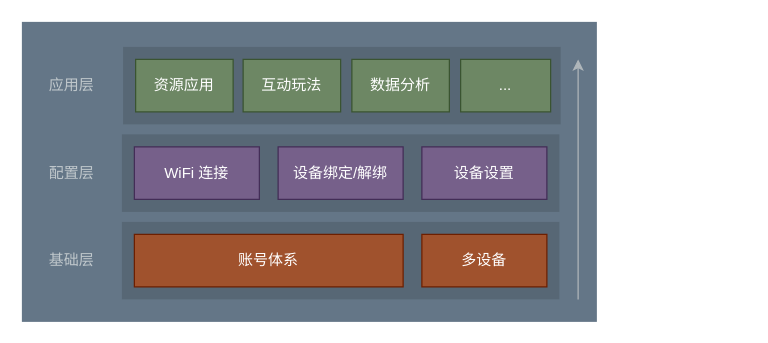
yangbe/diagrams keeps this draw.io diagram as page "第 2 页" (2 of 2) of jiajia.drawio. Above is the earlier version. Source tidied: cells renumbered, new cells numbered last; positions are measured from the earlier drawing's top-left corner, leaving out a move shared by most shapes. Both pictures are drawn from the tidied source at 125%, with x=0, y=0 at pixel (21, 21).
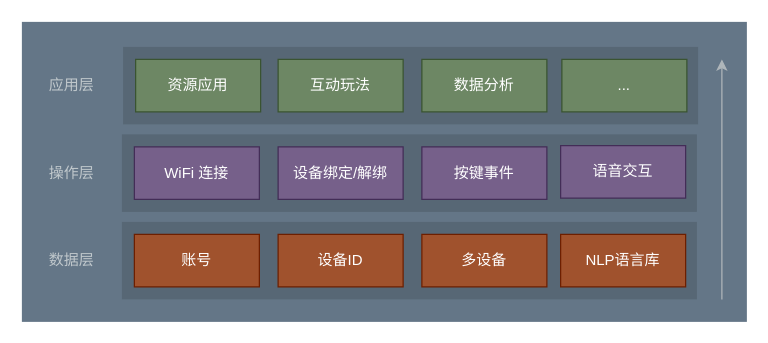
The same page after the edit.

The change refers to these unchanged cells:
```xml
<mxCell id="19" style="group;" parent="2" vertex="1">
  <mxGeometry x="80" y="160" width="350" height="62" as="geometry" />
</mxCell>
```

What changed in the source:
```diff
@@
     <mxCell id="2" style="group;" parent="1" vertex="1">
-      <mxGeometry width="460" height="240" as="geometry" />
+      <mxGeometry width="580" height="240" as="geometry" />
     </mxCell>
     <mxCell id="3" style="rounded=0;whiteSpace=wrap;html=1;sketch=0;align=center;fontColor=#ffffff;strokeColor=none;fillColor=#647687;" parent="2" vertex="1">
-      <mxGeometry width="460" height="240" as="geometry" />
+      <mxGeometry width="580" height="240" as="geometry" />
     </mxCell>
     <mxCell id="4" style="group;" parent="2" vertex="1">
-      <mxGeometry x="80" y="90" width="350" height="62" as="geometry" />
+      <mxGeometry x="80" y="90" width="460" height="62" as="geometry" />
     </mxCell>
     <mxCell id="5" style="rounded=0;whiteSpace=wrap;html=1;sketch=0;align=center;fillColor=#576775;strokeColor=none;" parent="4" vertex="1">
-      <mxGeometry width="350" height="62" as="geometry" />
+      <mxGeometry width="460" height="62" as="geometry" />
     </mxCell>
@@
-    <mxCell id="8" value="设备设置" style="rounded=0;whiteSpace=wrap;html=1;sketch=0;align=center;fillColor=#76608a;fontColor=#ffffff;strokeColor=#432D57;" parent="4" vertex="1">
+    <mxCell id="8" value="按键事件" style="rounded=0;whiteSpace=wrap;html=1;sketch=0;align=center;fillColor=#76608a;fontColor=#ffffff;strokeColor=#432D57;" parent="4" vertex="1">
       <mxGeometry x="240" y="10" width="100" height="42" as="geometry" />
     </mxCell>
     <mxCell id="9" style="group;" parent="2" vertex="1">
-      <mxGeometry x="81" y="20" width="350" height="62" as="geometry" />
+      <mxGeometry x="81" y="20" width="460" height="62" as="geometry" />
     </mxCell>
     <mxCell id="10" style="rounded=0;whiteSpace=wrap;html=1;sketch=0;align=center;fillColor=#576775;strokeColor=none;" parent="9" vertex="1">
-      <mxGeometry width="350" height="62" as="geometry" />
+      <mxGeometry width="460" height="62" as="geometry" />
     </mxCell>
     <mxCell id="11" value="资源应用" style="rounded=0;whiteSpace=wrap;html=1;sketch=0;align=center;fillColor=#6d8764;fontColor=#ffffff;strokeColor=#3A5431;" parent="9" vertex="1">
-      <mxGeometry x="10" y="10" width="78" height="42" as="geometry" />
+      <mxGeometry x="10" y="10" width="100" height="42" as="geometry" />
     </mxCell>
     <mxCell id="12" value="互动玩法" style="rounded=0;whiteSpace=wrap;html=1;sketch=0;align=center;fillColor=#6d8764;fontColor=#ffffff;strokeColor=#3A5431;" parent="9" vertex="1">
-      <mxGeometry x="96" y="10" width="78" height="42" as="geometry" />
+      <mxGeometry x="124" y="10" width="100" height="42" as="geometry" />
     </mxCell>
     <mxCell id="13" value="数据分析" style="rounded=0;whiteSpace=wrap;html=1;sketch=0;align=center;fillColor=#6d8764;fontColor=#ffffff;strokeColor=#3A5431;" parent="9" vertex="1">
-      <mxGeometry x="183" y="10" width="78" height="42" as="geometry" />
+      <mxGeometry x="239" y="10" width="100" height="42" as="geometry" />
     </mxCell>
-    <mxCell id="14" value="..." style="rounded=0;whiteSpace=wrap;html=1;sketch=0;align=center;fillColor=#6d8764;fontColor=#ffffff;strokeColor=#3A5431;" parent="9" vertex="1">
-      <mxGeometry x="270" y="10" width="72" height="42" as="geometry" />
-    </mxCell>
     <mxCell id="15" style="endArrow=classic;html=1;rounded=0;edgeStyle=orthogonalEdgeStyle;fillColor=#fff2cc;entryX=0.5;entryY=1;entryDx=0;entryDy=0;strokeColor=#AFB6BA;" parent="2" edge="1">
       <mxGeometry relative="1" as="geometry">
-        <mxPoint x="445" y="222" as="sourcePoint" />
-        <mxPoint x="445" y="30" as="targetPoint" />
+        <mxPoint x="560" y="222" as="sourcePoint" />
+        <mxPoint x="560" y="30" as="targetPoint" />
       </mxGeometry>
     </mxCell>
-    <mxCell id="16" value="基础层" style="text;html=1;strokeColor=none;fillColor=none;align=center;verticalAlign=middle;whiteSpace=wrap;rounded=0;sketch=0;fontColor=#C0C8CC;" parent="2" vertex="1">
-      <mxGeometry x="20" y="181" width="40" height="20" as="geometry" />
+    <mxCell id="16" value="数据层" style="text;html=1;strokeColor=none;fillColor=none;align=center;verticalAlign=middle;whiteSpace=wrap;rounded=0;sketch=0;fontColor=#C0C8CC;" parent="2" vertex="1">
+      <mxGeometry x="15" y="181" width="50" height="20" as="geometry" />
     </mxCell>
-    <mxCell id="17" value="配置层" style="text;html=1;strokeColor=none;fillColor=none;align=center;verticalAlign=middle;whiteSpace=wrap;rounded=0;sketch=0;fontColor=#C0C8CC;" parent="2" vertex="1">
-      <mxGeometry x="20" y="111" width="40" height="20" as="geometry" />
+    <mxCell id="17" value="操作层" style="text;html=1;strokeColor=none;fillColor=none;align=center;verticalAlign=middle;whiteSpace=wrap;rounded=0;sketch=0;fontColor=#C0C8CC;" parent="2" vertex="1">
+      <mxGeometry x="15" y="111" width="50" height="20" as="geometry" />
     </mxCell>
     <mxCell id="18" value="应用层" style="text;html=1;strokeColor=none;fillColor=none;align=center;verticalAlign=middle;whiteSpace=wrap;rounded=0;sketch=0;fontColor=#C0C8CC;" parent="2" vertex="1">
-      <mxGeometry x="20" y="41" width="40" height="20" as="geometry" />
+      <mxGeometry x="15" y="41" width="50" height="20" as="geometry" />
     </mxCell>
@@
     <mxCell id="20" style="rounded=0;whiteSpace=wrap;html=1;sketch=0;align=center;fillColor=#576775;strokeColor=none;" parent="19" vertex="1">
-      <mxGeometry width="350" height="62" as="geometry" />
+      <mxGeometry width="460" height="62" as="geometry" />
     </mxCell>
-    <mxCell id="21" value="账号体系" style="rounded=0;whiteSpace=wrap;html=1;sketch=0;align=center;fillColor=#a0522d;fontColor=#ffffff;strokeColor=#6D1F00;" parent="19" vertex="1">
-      <mxGeometry x="10" y="10" width="215" height="42" as="geometry" />
+    <mxCell id="21" value="账号" style="rounded=0;whiteSpace=wrap;html=1;sketch=0;align=center;fillColor=#a0522d;fontColor=#ffffff;strokeColor=#6D1F00;" parent="19" vertex="1">
+      <mxGeometry x="10" y="10" width="100" height="42" as="geometry" />
     </mxCell>
@@
+    <mxCell id="23" value="设备ID" style="rounded=0;whiteSpace=wrap;html=1;sketch=0;align=center;fillColor=#a0522d;fontColor=#ffffff;strokeColor=#6D1F00;" parent="19" vertex="1">
+      <mxGeometry x="125" y="10" width="100" height="42" as="geometry" />
+    </mxCell>
+    <mxCell id="24" value="NLP语言库" style="rounded=0;whiteSpace=wrap;html=1;sketch=0;align=center;fillColor=#a0522d;fontColor=#ffffff;strokeColor=#6D1F00;" parent="2" vertex="1">
+      <mxGeometry x="431" y="170" width="100" height="42" as="geometry" />
+    </mxCell>
+    <mxCell id="25" value="语音交互" style="rounded=0;whiteSpace=wrap;html=1;sketch=0;align=center;fillColor=#76608a;fontColor=#ffffff;strokeColor=#432D57;" parent="2" vertex="1">
+      <mxGeometry x="431" y="99" width="100" height="42" as="geometry" />
+    </mxCell>
+    <mxCell id="14" value="..." style="rounded=0;whiteSpace=wrap;html=1;sketch=0;align=center;fillColor=#6d8764;fontColor=#ffffff;strokeColor=#3A5431;" parent="2" vertex="1">
+      <mxGeometry x="432" y="30" width="100" height="42" as="geometry" />
+    </mxCell>
```
